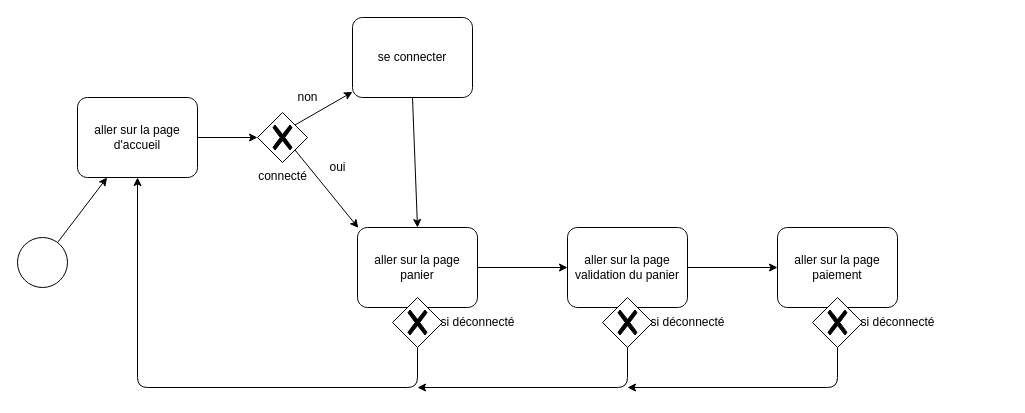
Before: BPMN/ex5/ex5b/ex5b.drawio in EtienneDumai/R4.D.10, a draw.io diagram. Source tidied: cells renumbered, new cells numbered last; positions are measured from the earlier drawing's top-left corner, leaving out a move shared by most shapes. Both pictures are drawn from the tidied source at 100%, with x=0, y=0 at pixel (17, 17).
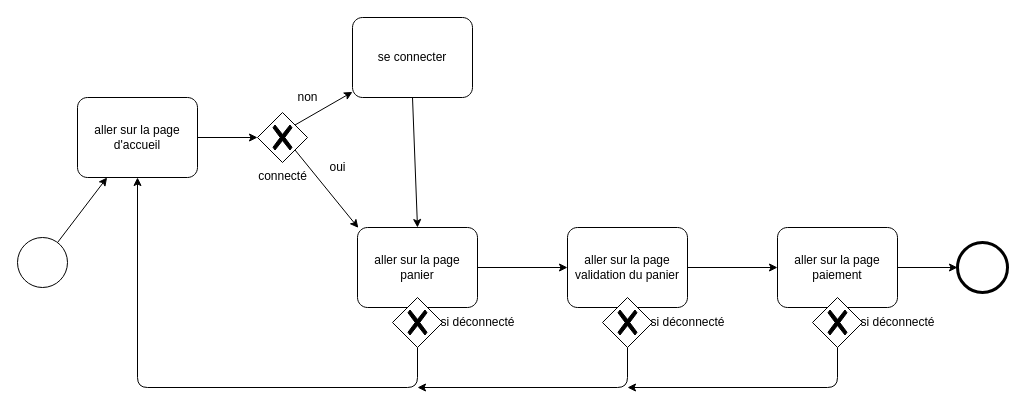
Above is the later version.

Commit message:
le dernier diagramme bpmn et la fin de l'ex5

The change refers to these unchanged cells:
```xml
<mxCell id="16" value="aller sur la page paiement" style="points=[[0.25,0,0],[0.5,0,0],[0.75,0,0],[1,0.25,0],[1,0.5,0],[1,0.75,0],[0.75,1,0],[0.5,1,0],[0.25,1,0],[0,0.75,0],[0,0.5,0],[0,0.25,0]];shape=mxgraph.bpmn.task;whiteSpace=wrap;rectStyle=rounded;size=10;html=1;taskMarker=abstract;" parent="1" vertex="1">
  <mxGeometry x="760" y="210" width="120" height="80" as="geometry" />
</mxCell>
```

The edit, as a diff of the source:
```diff
@@
+    <mxCell id="27" style="edgeStyle=none;html=1;" parent="1" edge="1" source="16" target="28">
+      <mxGeometry relative="1" as="geometry" />
+    </mxCell>
@@
+    <mxCell id="28" style="points=[[0.145,0.145,0],[0.5,0,0],[0.855,0.145,0],[1,0.5,0],[0.855,0.855,0],[0.5,1,0],[0.145,0.855,0],[0,0.5,0]];shape=mxgraph.bpmn.event;html=1;verticalLabelPosition=bottom;labelBackgroundColor=#ffffff;verticalAlign=top;align=center;perimeter=ellipsePerimeter;outlineConnect=0;outline=end;symbol=terminate2;" parent="1" vertex="1">
+      <mxGeometry x="940" y="225" width="50" height="50" as="geometry" />
+    </mxCell>
```
